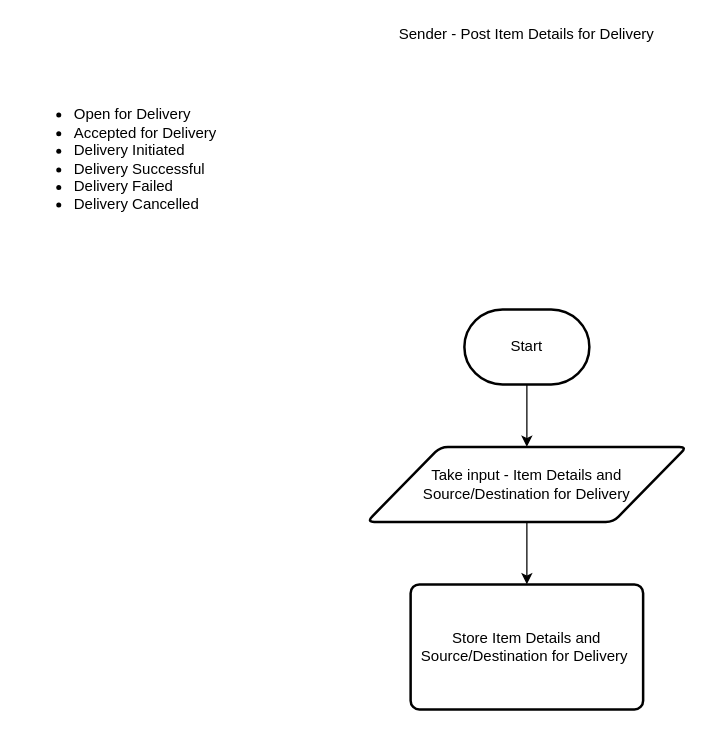
CourierPanda/flow-chart-diagrams keeps this draw.io diagram as Untitled Diagram.drawio. Above is the earlier version. Source tidied: cells renumbered, new cells numbered last; positions are measured from the earlier drawing's top-left corner, leaving out a move shared by most shapes. Both pictures are drawn from the tidied source at 125%, with x=0, y=0 at pixel (21, 21).
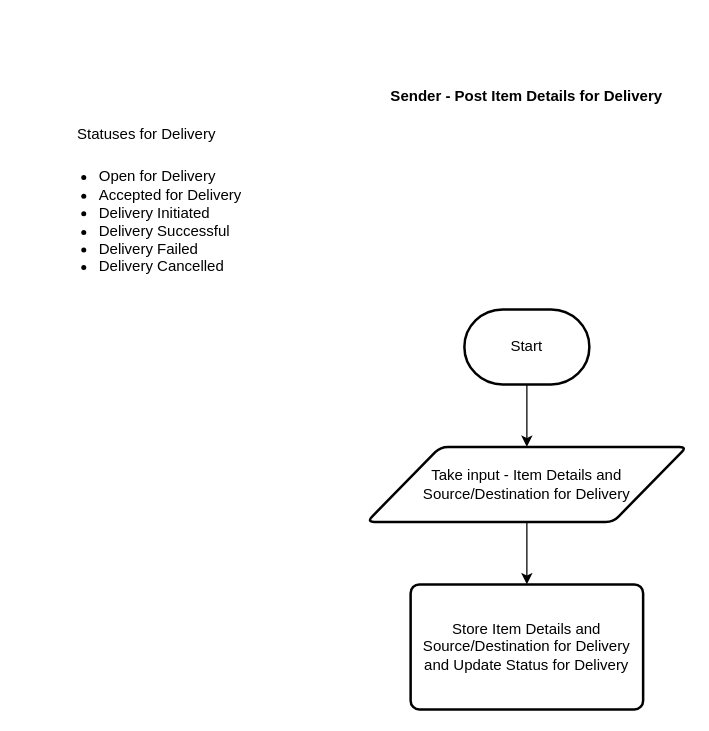
Above is the later version.

Commit message:
Sender - Post Item Details for Delivery.drawio

Diff of the diagram source:
```diff
@@
 <mxGraphModel>
   <root>
     <mxCell id="0" />
     <mxCell id="1" parent="0" />
     <mxCell id="2" style="edgeStyle=orthogonalEdgeStyle;rounded=0;jettySize=auto;html=1;exitX=0.5;exitY=1;exitDx=0;exitDy=0;exitPerimeter=0;entryX=0.5;entryY=0;entryDx=0;entryDy=0;" parent="1" edge="1" source="3" target="4">
       <mxGeometry relative="1" as="geometry" />
     </mxCell>
     <mxCell id="3" value="Start" style="strokeWidth=2;html=1;shape=mxgraph.flowchart.terminator;whiteSpace=wrap;" parent="1" vertex="1">
       <mxGeometry x="354" y="230" width="100" height="60" as="geometry" />
     </mxCell>
     <mxCell id="4" value="Take input - Item Details and&lt;br&gt;Source/Destination for Delivery" style="shape=parallelogram;html=1;strokeWidth=2;perimeter=parallelogramPerimeter;whiteSpace=wrap;rounded=1;arcSize=12;size=0.23;" parent="1" vertex="1">
       <mxGeometry x="276" y="340" width="256" height="60" as="geometry" />
     </mxCell>
-    <mxCell id="5" value="Store Item Details and&lt;br&gt;Source/Destination for Delivery&amp;nbsp;" style="rounded=1;whiteSpace=wrap;html=1;absoluteArcSize=1;arcSize=14;strokeWidth=2;" parent="1" vertex="1">
+    <mxCell id="5" value="Store Item Details and&lt;br&gt;Source/Destination for Delivery and Update Status for Delivery" style="rounded=1;whiteSpace=wrap;html=1;absoluteArcSize=1;arcSize=14;strokeWidth=2;" parent="1" vertex="1">
       <mxGeometry x="311" y="450" width="186" height="100" as="geometry" />
     </mxCell>
     <mxCell id="6" style="endArrow=classic;html=1;exitX=0.5;exitY=1;exitDx=0;exitDy=0;entryX=0.5;entryY=0;entryDx=0;entryDy=0;" parent="1" edge="1" source="4" target="5">
       <mxGeometry relative="1" as="geometry" />
     </mxCell>
     <mxCell id="7" value="&lt;ul&gt;&lt;li&gt;Open for Delivery&lt;/li&gt;&lt;li&gt;Accepted for Delivery&lt;/li&gt;&lt;li&gt;Delivery Initiated&lt;/li&gt;&lt;li&gt;Delivery Successful&lt;/li&gt;&lt;li&gt;Delivery Failed&lt;/li&gt;&lt;li&gt;Delivery Cancelled&lt;/li&gt;&lt;/ul&gt;" style="text;strokeColor=none;fillColor=none;html=1;whiteSpace=wrap;verticalAlign=middle;overflow=hidden;" parent="1" vertex="1">
-      <mxGeometry y="50" width="190" height="120" as="geometry" />
+      <mxGeometry x="20" y="100" width="190" height="120" as="geometry" />
     </mxCell>
-    <mxCell id="8" value="Sender - Post Item Details for Delivery" style="text;html=1;strokeColor=none;fillColor=none;align=center;verticalAlign=middle;whiteSpace=wrap;rounded=0;" parent="1" vertex="1">
-      <mxGeometry x="281" width="246" height="20" as="geometry" />
+    <mxCell id="8" value="Sender - Post Item Details for Delivery" style="text;html=1;strokeColor=none;fillColor=none;align=center;verticalAlign=middle;whiteSpace=wrap;rounded=0;fontStyle=1;" parent="1" vertex="1">
+      <mxGeometry x="281" y="50" width="246" height="20" as="geometry" />
     </mxCell>
+    <mxCell id="9" value="Statuses for Delivery" style="text;html=1;strokeColor=none;fillColor=none;align=center;verticalAlign=middle;whiteSpace=wrap;rounded=0;" parent="1" vertex="1">
+      <mxGeometry y="80" width="200" height="20" as="geometry" />
+    </mxCell>
   </root>
 </mxGraphModel>
```
